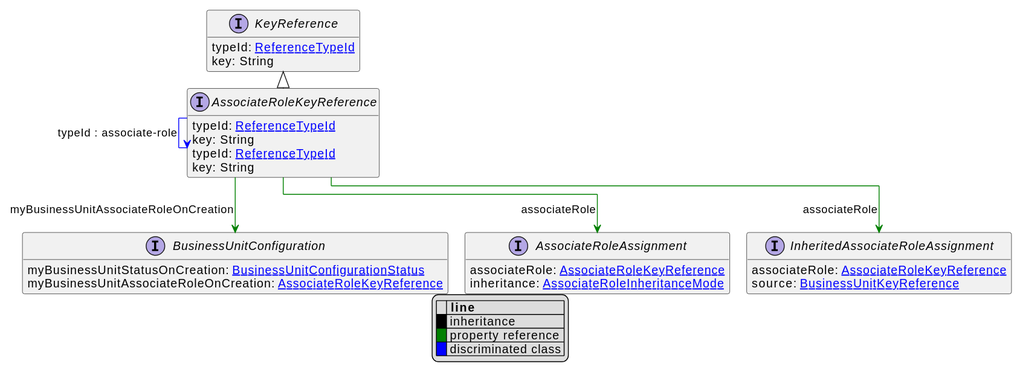
Above: uml/api/svg/AssociateRoleKeyReference.svg in commercetools/commercetools-api-reference (PlantUML), before the change.
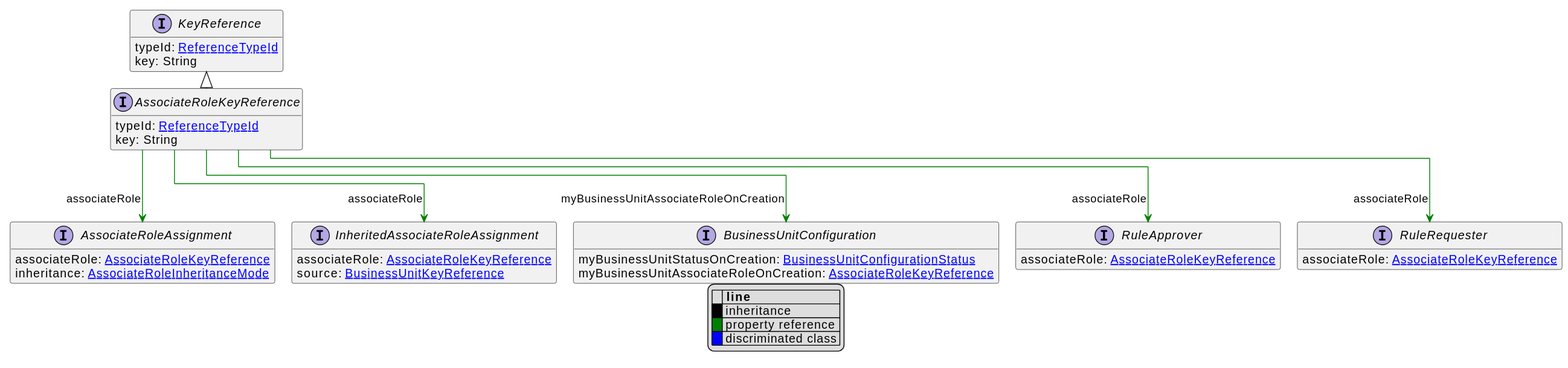
The same file after the commit.

What changed in the source:
```diff
@@ -17,9 +17,12 @@
     key: String
 }
 
-interface AssociateRoleKeyReference [[AssociateRoleKeyReference.svg]]  {
-    typeId: [[ReferenceTypeId.svg ReferenceTypeId]]
-    key: String
+
+interface RuleApprover [[RuleApprover.svg]]  {
+    associateRole: [[AssociateRoleKeyReference.svg AssociateRoleKeyReference]]
+}
+interface RuleRequester [[RuleRequester.svg]]  {
+    associateRole: [[AssociateRoleKeyReference.svg AssociateRoleKeyReference]]
 }
 interface AssociateRoleAssignment [[AssociateRoleAssignment.svg]]  {
     associateRole: [[AssociateRoleKeyReference.svg AssociateRoleKeyReference]]
@@ -33,7 +36,9 @@
     myBusinessUnitStatusOnCreation: [[BusinessUnitConfigurationStatus.svg BusinessUnitConfigurationStatus]]
     myBusinessUnitAssociateRoleOnCreation: [[AssociateRoleKeyReference.svg AssociateRoleKeyReference]]
 }
-AssociateRoleKeyReference --> AssociateRoleKeyReference #blue;text:blue : "typeId : associate-role"
+
+AssociateRoleKeyReference --> RuleApprover #green;text:green : "associateRole"
+AssociateRoleKeyReference --> RuleRequester #green;text:green : "associateRole"
 AssociateRoleKeyReference --> AssociateRoleAssignment #green;text:green : "associateRole"
 AssociateRoleKeyReference --> InheritedAssociateRoleAssignment #green;text:green : "associateRole"
 AssociateRoleKeyReference --> BusinessUnitConfiguration #green;text:green : "myBusinessUnitAssociateRoleOnCreation"
```
